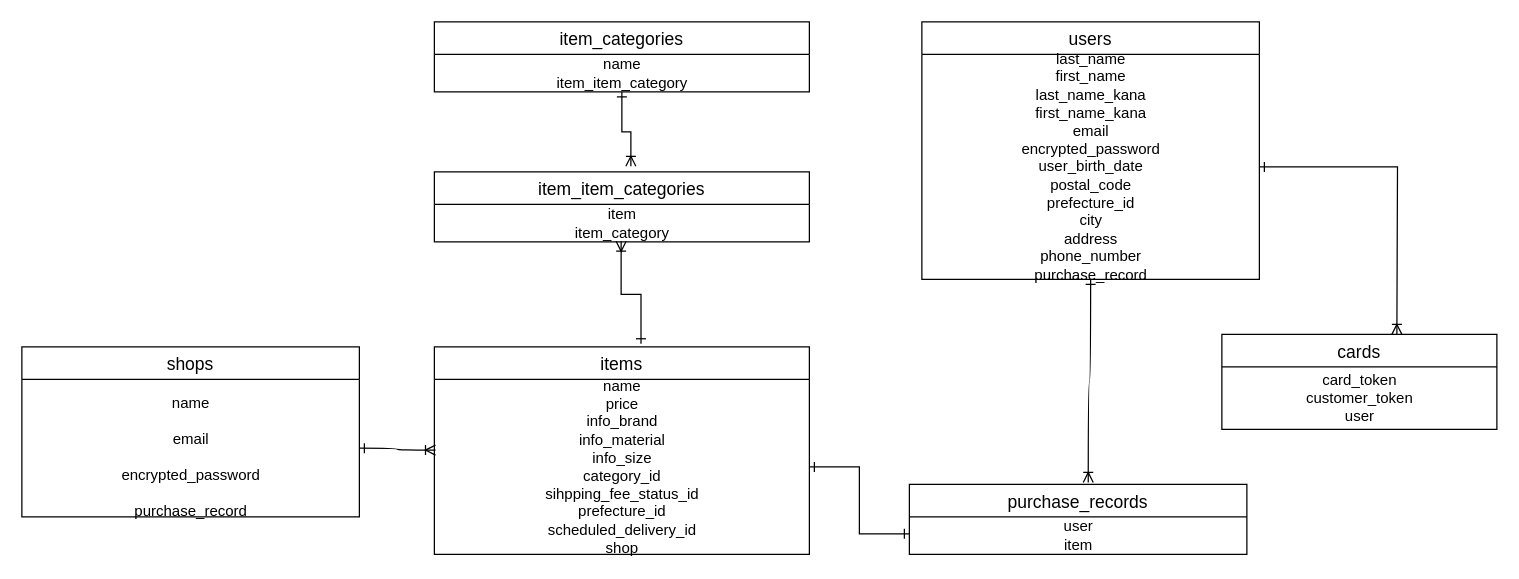
Above: er.dio in sakurait428/mail_order_33857 (draw.io), before the change. Source tidied: cells renumbered, new cells numbered last; positions are measured from the earlier drawing's top-left corner, leaving out a move shared by most shapes. Both pictures are drawn from the tidied source at 125%, with x=0, y=0 at pixel (21, 21).
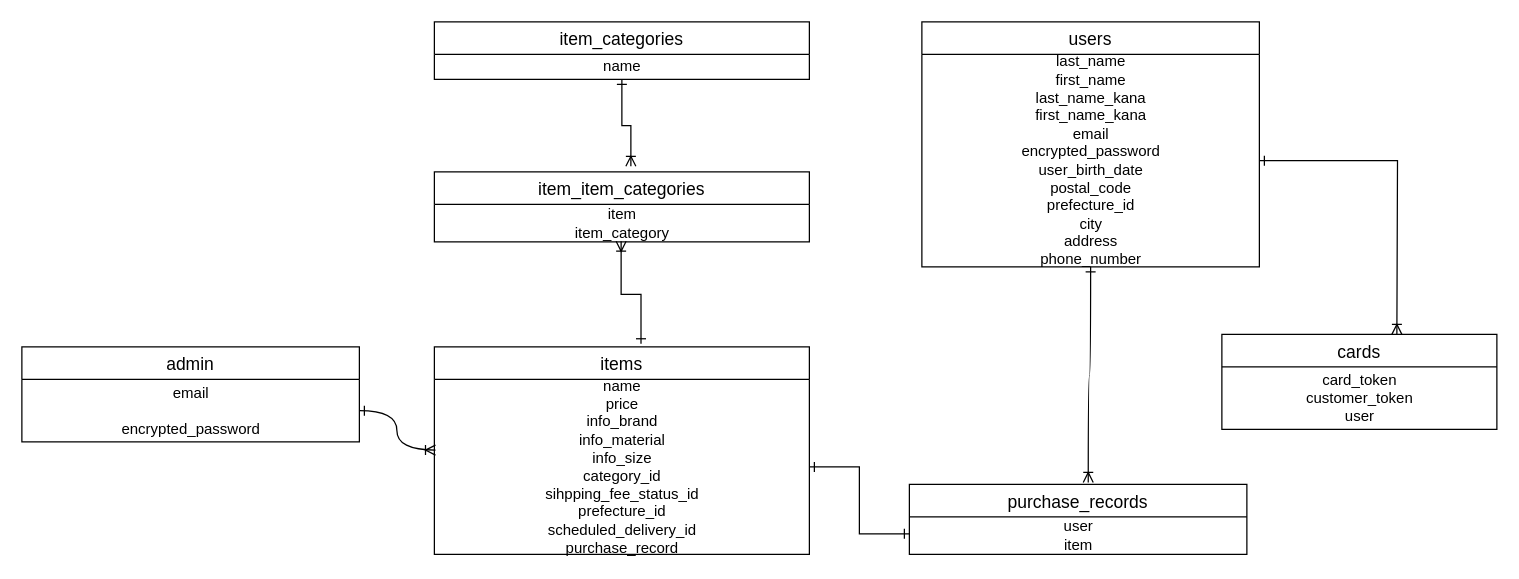
After the change.

Unchanged cells that the change refers to:
```xml
<mxCell id="6" value="items" style="swimlane;fontStyle=0;horizontal=1;startSize=26;align=center;fontSize=14;" parent="1" vertex="1">
  <mxGeometry x="330" y="260" width="300" height="166" as="geometry" />
</mxCell>
```

Change to the diagram source:
```diff
@@
     <mxCell id="2" value="users" style="swimlane;fontStyle=0;horizontal=1;startSize=26;align=center;fontSize=14;" parent="1" vertex="1">
-      <mxGeometry x="720" width="270" height="206" as="geometry" />
+      <mxGeometry x="720" width="270" height="196" as="geometry" />
     </mxCell>
-    <mxCell id="3" value="last_name&lt;br&gt;first_name&lt;br&gt;last_name_kana&lt;br&gt;first_name_kana&lt;br&gt;email&lt;br&gt;encrypted_password&lt;br&gt;user_birth_date&lt;br&gt;postal_code&lt;br&gt;prefecture_id&lt;br&gt;city&lt;br&gt;address&lt;br&gt;phone_number&lt;br&gt;purchase_record" style="text;html=1;align=center;verticalAlign=middle;points=[];" parent="2" vertex="1">
-      <mxGeometry y="26" width="270" height="180" as="geometry" />
+    <mxCell id="3" value="last_name&lt;br&gt;first_name&lt;br&gt;last_name_kana&lt;br&gt;first_name_kana&lt;br&gt;email&lt;br&gt;encrypted_password&lt;br&gt;user_birth_date&lt;br&gt;postal_code&lt;br&gt;prefecture_id&lt;br&gt;city&lt;br&gt;address&lt;br&gt;phone_number" style="text;html=1;align=center;verticalAlign=middle;points=[];" parent="2" vertex="1">
+      <mxGeometry y="26" width="270" height="170" as="geometry" />
     </mxCell>
@@
-    <mxCell id="7" value="name&lt;br&gt;price&lt;br&gt;info_brand&lt;br&gt;info_material&lt;br&gt;info_size&lt;br&gt;category_id&lt;br&gt;sihpping_fee_status_id&lt;br&gt;prefecture_id&lt;br&gt;scheduled_delivery_id&lt;br&gt;shop" style="text;html=1;align=center;verticalAlign=middle;points=[];" parent="6" vertex="1">
+    <mxCell id="7" value="name&lt;br&gt;price&lt;br&gt;info_brand&lt;br&gt;info_material&lt;br&gt;info_size&lt;br&gt;category_id&lt;br&gt;sihpping_fee_status_id&lt;br&gt;prefecture_id&lt;br&gt;scheduled_delivery_id&lt;br&gt;purchase_record" style="text;html=1;align=center;verticalAlign=middle;points=[];" parent="6" vertex="1">
       <mxGeometry y="26" width="300" height="140" as="geometry" />
     </mxCell>
     <mxCell id="8" value="item_categories" style="swimlane;fontStyle=0;horizontal=1;startSize=26;align=center;fontSize=14;" parent="1" vertex="1">
-      <mxGeometry x="330" width="300" height="56" as="geometry" />
+      <mxGeometry x="330" width="300" height="46" as="geometry" />
     </mxCell>
-    <mxCell id="9" value="name&lt;br&gt;item_item_category" style="text;html=1;align=center;verticalAlign=middle;points=[];" parent="8" vertex="1">
-      <mxGeometry y="26" width="300" height="30" as="geometry" />
+    <mxCell id="9" value="name" style="text;html=1;align=center;verticalAlign=middle;points=[];" parent="8" vertex="1">
+      <mxGeometry y="26" width="300" height="20" as="geometry" />
     </mxCell>
-    <mxCell id="10" value="shops" style="swimlane;fontStyle=0;horizontal=1;startSize=26;align=center;fontSize=14;" parent="1" vertex="1">
-      <mxGeometry y="260" width="270" height="136" as="geometry" />
+    <mxCell id="10" value="admin" style="swimlane;fontStyle=0;horizontal=1;startSize=26;align=center;fontSize=14;" parent="1" vertex="1">
+      <mxGeometry y="260" width="270" height="76" as="geometry" />
     </mxCell>
-    <mxCell id="11" value="&lt;br&gt;name&lt;br&gt;&lt;br&gt;email&lt;br&gt;&lt;br&gt;encrypted_password&lt;br&gt;&lt;br&gt;purchase_record&lt;br&gt;" style="text;html=1;align=center;verticalAlign=middle;points=[];" parent="10" vertex="1">
-      <mxGeometry y="26" width="270" height="110" as="geometry" />
+    <mxCell id="11" value="email&lt;br&gt;&lt;br&gt;encrypted_password" style="text;html=1;align=center;verticalAlign=middle;points=[];" parent="10" vertex="1">
+      <mxGeometry y="26" width="270" height="50" as="geometry" />
     </mxCell>
```
